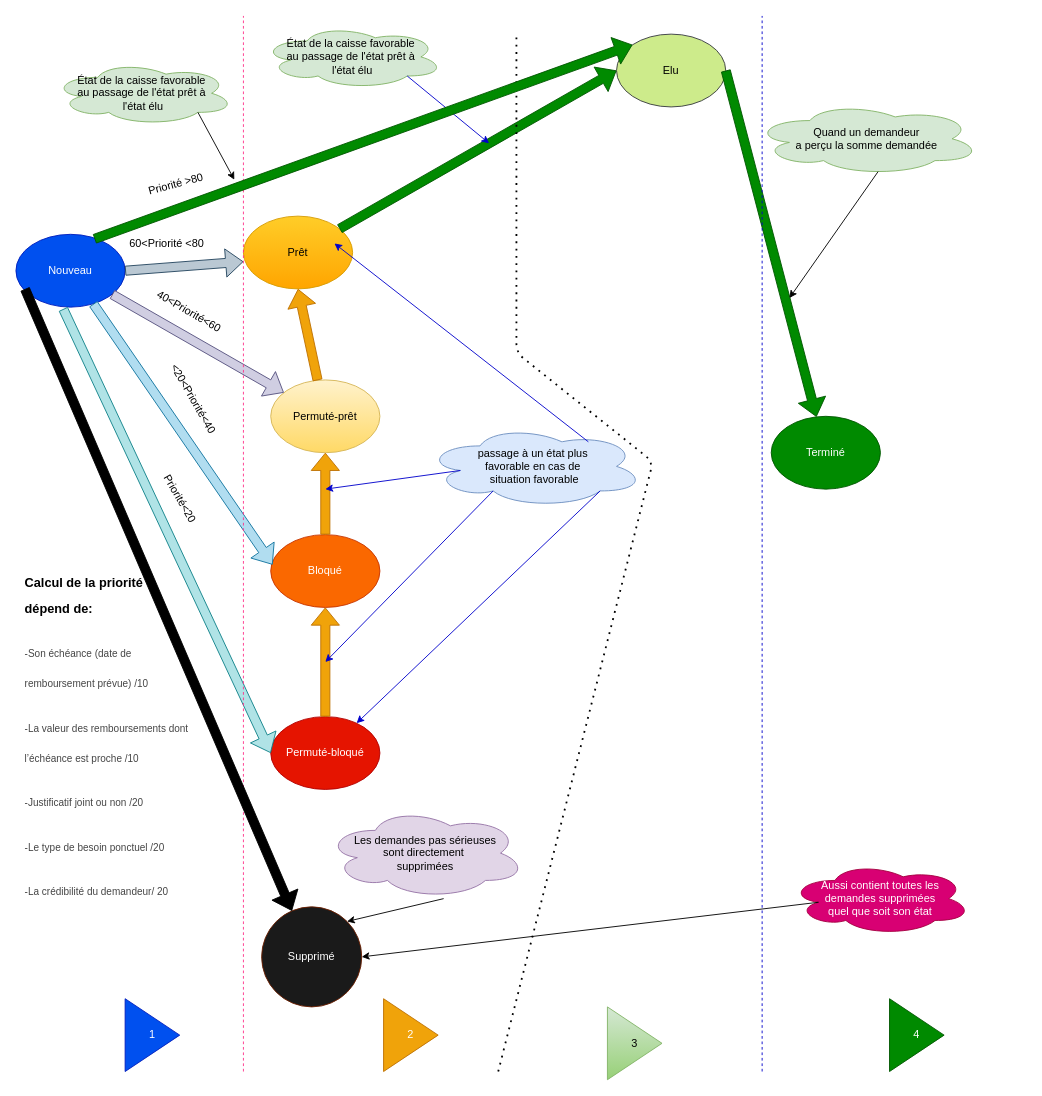
Earlier version of the draw.io diagram Untitled Diagram.drawio (ambou-97/Sutura). Source tidied: cells renumbered, new cells numbered last; positions are measured from the earlier drawing's top-left corner, leaving out a move shared by most shapes. Both pictures are drawn from the tidied source at 91%, with x=0, y=0 at pixel (15, 15).
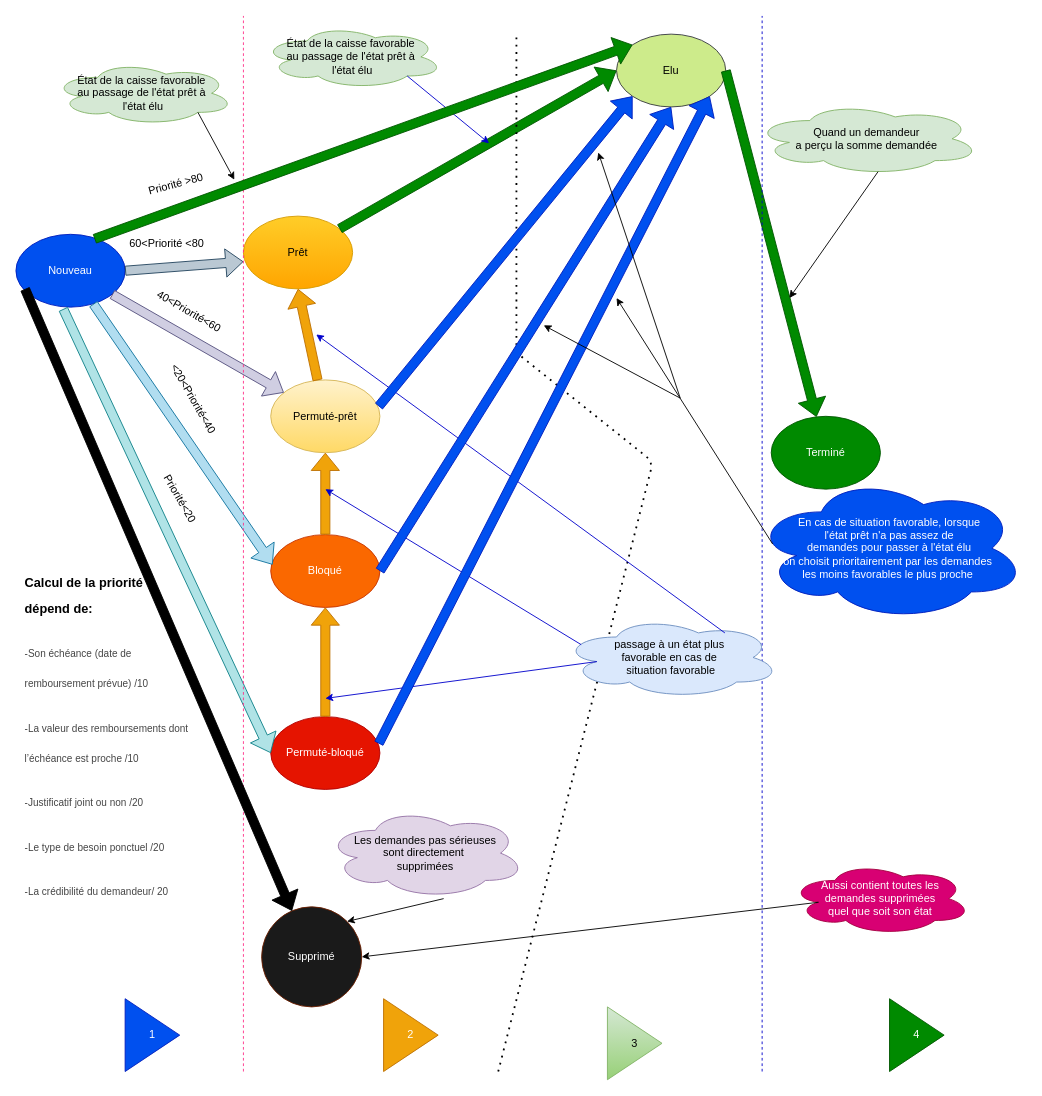
Above is the later version.

Commit message:
les états les moins favorables de la deuxième zone peuvent passer à l'état élu

The change refers to these unchanged cells:
```xml
<mxCell id="4" value="Bloqué" style="ellipse;whiteSpace=wrap;html=1;fillColor=#fa6800;strokeColor=#C73500;fontColor=#ffffff;" parent="1" vertex="1">
  <mxGeometry x="280" y="570" width="120" height="80" as="geometry" />
</mxCell>
<mxCell id="5" value="Permuté-bloqué" style="ellipse;whiteSpace=wrap;html=1;fillColor=#e51400;strokeColor=#B20000;fontColor=#ffffff;" parent="1" vertex="1">
  <mxGeometry x="280" y="770" width="120" height="80" as="geometry" />
</mxCell>
<mxCell id="6" value="Permuté-prêt" style="ellipse;whiteSpace=wrap;html=1;gradientColor=#ffd966;fillColor=#fff2cc;strokeColor=#d6b656;" parent="1" vertex="1">
  <mxGeometry x="280" y="400" width="120" height="80" as="geometry" />
</mxCell>
<mxCell id="7" value="Elu" style="ellipse;whiteSpace=wrap;html=1;fillColor=#cdeb8b;strokeColor=#36393d;" parent="1" vertex="1">
  <mxGeometry x="660" y="20" width="120" height="80" as="geometry" />
</mxCell>
```

What changed in the source:
```diff
@@
     <mxCell id="29" value="passage à un état plus&amp;nbsp;&lt;br&gt;favorable en cas de&amp;nbsp;&lt;br&gt;situation favorable" style="ellipse;shape=cloud;whiteSpace=wrap;html=1;fillColor=#dae8fc;strokeColor=#6c8ebf;" parent="1" vertex="1">
-      <mxGeometry x="450" y="450" width="240" height="90" as="geometry" />
+      <mxGeometry x="600" y="660" width="240" height="90" as="geometry" />
     </mxCell>
     <mxCell id="30" style="endArrow=classic;html=1;strokeColor=#0000CC;fillColor=#FF2146;exitX=0.746;exitY=0.2;exitDx=0;exitDy=0;exitPerimeter=0;" parent="1" edge="1" source="29">
       <mxGeometry relative="1" as="geometry">
-        <mxPoint x="350" y="250" as="targetPoint" />
+        <mxPoint x="330" y="350" as="targetPoint" />
       </mxGeometry>
     </mxCell>
-    <mxCell id="31" style="endArrow=classic;html=1;strokeColor=#0000CC;fillColor=#FF2146;exitX=0.16;exitY=0.55;exitDx=0;exitDy=0;exitPerimeter=0;" parent="1" edge="1" source="29">
+    <mxCell id="31" style="endArrow=classic;html=1;strokeColor=#0000CC;fillColor=#FF2146;exitX=0.088;exitY=0.343;exitDx=0;exitDy=0;exitPerimeter=0;" parent="1" edge="1" source="29">
       <mxGeometry relative="1" as="geometry">
         <mxPoint x="340" y="520" as="targetPoint" />
       </mxGeometry>
     </mxCell>
-    <mxCell id="32" style="endArrow=classic;html=1;strokeColor=#0000CC;fillColor=#FF2146;exitX=0.31;exitY=0.8;exitDx=0;exitDy=0;exitPerimeter=0;" parent="1" edge="1" source="29">
+    <mxCell id="32" style="endArrow=classic;html=1;strokeColor=#0000CC;fillColor=#FF2146;exitX=0.16;exitY=0.55;exitDx=0;exitDy=0;exitPerimeter=0;" parent="1" edge="1" source="29">
       <mxGeometry relative="1" as="geometry">
-        <mxPoint x="340" y="710" as="targetPoint" />
+        <mxPoint x="340" y="750" as="targetPoint" />
       </mxGeometry>
     </mxCell>
-    <mxCell id="33" style="endArrow=classic;html=1;strokeColor=#0000CC;fillColor=#FF2146;exitX=0.8;exitY=0.8;exitDx=0;exitDy=0;exitPerimeter=0;" parent="1" edge="1" source="29" target="5">
-      <mxGeometry relative="1" as="geometry" />
-    </mxCell>
@@
+    <mxCell id="49" style="shape=flexArrow;endArrow=classic;html=1;exitX=0.989;exitY=0.371;exitDx=0;exitDy=0;exitPerimeter=0;entryX=1;entryY=1;entryDx=0;entryDy=0;fillColor=#0050ef;strokeColor=#001DBC;" parent="1" edge="1" source="5" target="7">
+      <mxGeometry relative="1" as="geometry" />
+    </mxCell>
+    <mxCell id="50" style="shape=flexArrow;endArrow=classic;html=1;exitX=1;exitY=0.5;exitDx=0;exitDy=0;entryX=0.5;entryY=1;entryDx=0;entryDy=0;fillColor=#0050ef;strokeColor=#001DBC;" parent="1" edge="1" source="4" target="7">
+      <mxGeometry relative="1" as="geometry" />
+    </mxCell>
+    <mxCell id="51" style="shape=flexArrow;endArrow=classic;html=1;entryX=0;entryY=1;entryDx=0;entryDy=0;exitX=0.989;exitY=0.364;exitDx=0;exitDy=0;exitPerimeter=0;fillColor=#0050ef;strokeColor=#001DBC;" parent="1" edge="1" source="6" target="7">
+      <mxGeometry relative="1" as="geometry" />
+    </mxCell>
+    <mxCell id="52" value="En cas de situation favorable, lorsque&lt;br&gt;l'état prêt n'a pas assez de&lt;br&gt;demandes pour passer à l'état élu&lt;br&gt;on choisit prioritairement par les demandes&amp;nbsp;&lt;br&gt;les moins favorables le plus proche&amp;nbsp;" style="ellipse;shape=cloud;whiteSpace=wrap;html=1;fillColor=#0050ef;strokeColor=#001DBC;fontColor=#ffffff;" parent="1" vertex="1">
+      <mxGeometry x="810" y="505" width="300" height="160" as="geometry" />
+    </mxCell>
+    <mxCell id="53" style="endArrow=classic;html=1;exitX=0.072;exitY=0.471;exitDx=0;exitDy=0;exitPerimeter=0;" parent="1" edge="1" source="52">
+      <mxGeometry relative="1" as="geometry">
+        <mxPoint x="660" y="310" as="targetPoint" />
+      </mxGeometry>
+    </mxCell>
+    <mxCell id="54" style="endArrow=classic;html=1;" parent="1" edge="1">
+      <mxGeometry relative="1" as="geometry">
+        <mxPoint x="730" y="420" as="sourcePoint" />
+        <mxPoint x="580" y="340" as="targetPoint" />
+      </mxGeometry>
+    </mxCell>
+    <mxCell id="55" style="endArrow=classic;html=1;" parent="1" edge="1">
+      <mxGeometry relative="1" as="geometry">
+        <mxPoint x="730" y="420" as="sourcePoint" />
+        <mxPoint x="640" y="150" as="targetPoint" />
+      </mxGeometry>
+    </mxCell>
```
